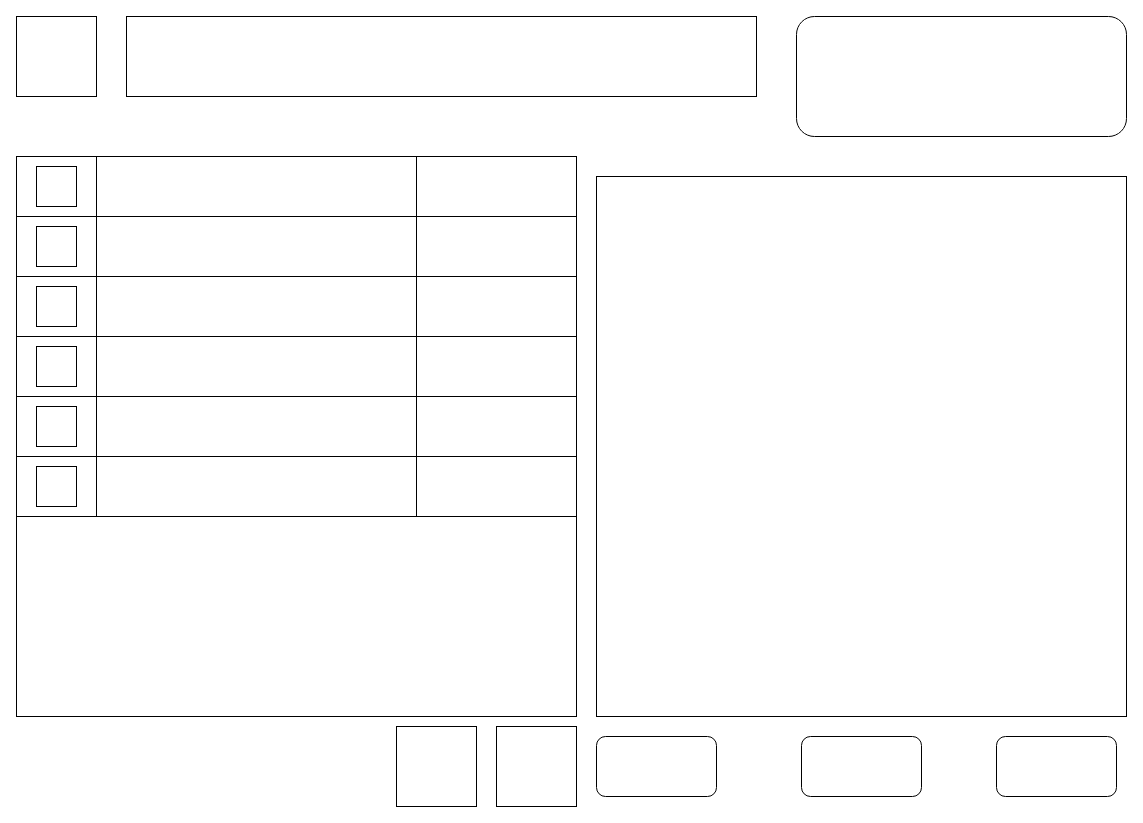
This is SE Product selector.drawio.xml from WillTheDeveloper/drawio, a draw.io file, before an edit. Source tidied: cells renumbered, new cells numbered last; positions are measured from the earlier drawing's top-left corner, leaving out a move shared by most shapes. Both pictures are drawn from the tidied source at 100%, with x=0, y=0 at pixel (16, 16).
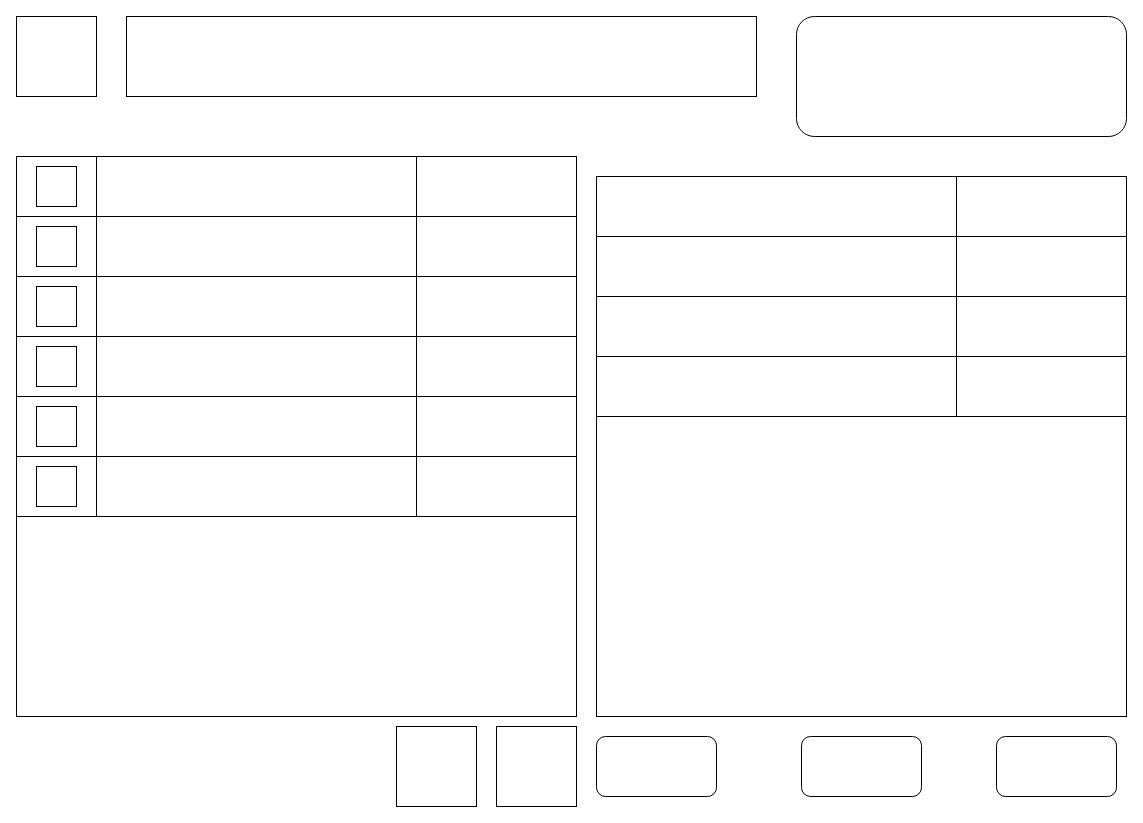
The same page after the edit.

Commit message:
Added price to cart list

What changed in the source:
```diff
@@
+    <mxCell id="36" style="rounded=0;whiteSpace=wrap;html=1;" parent="1" vertex="1">
+      <mxGeometry x="580" y="160" width="530" height="60" as="geometry" />
+    </mxCell>
+    <mxCell id="37" style="rounded=0;whiteSpace=wrap;html=1;" parent="1" vertex="1">
+      <mxGeometry x="580" y="220" width="530" height="60" as="geometry" />
+    </mxCell>
+    <mxCell id="38" style="rounded=0;whiteSpace=wrap;html=1;" parent="1" vertex="1">
+      <mxGeometry x="580" y="280" width="530" height="60" as="geometry" />
+    </mxCell>
+    <mxCell id="39" style="rounded=0;whiteSpace=wrap;html=1;" parent="1" vertex="1">
+      <mxGeometry x="580" y="340" width="530" height="60" as="geometry" />
+    </mxCell>
+    <mxCell id="40" style="rounded=0;whiteSpace=wrap;html=1;" parent="1" vertex="1">
+      <mxGeometry x="940" y="160" width="170" height="60" as="geometry" />
+    </mxCell>
+    <mxCell id="41" style="rounded=0;whiteSpace=wrap;html=1;" parent="1" vertex="1">
+      <mxGeometry x="940" y="220" width="170" height="60" as="geometry" />
+    </mxCell>
+    <mxCell id="42" style="rounded=0;whiteSpace=wrap;html=1;" parent="1" vertex="1">
+      <mxGeometry x="940" y="280" width="170" height="60" as="geometry" />
+    </mxCell>
+    <mxCell id="43" style="rounded=0;whiteSpace=wrap;html=1;" parent="1" vertex="1">
+      <mxGeometry x="940" y="340" width="170" height="60" as="geometry" />
+    </mxCell>
```
